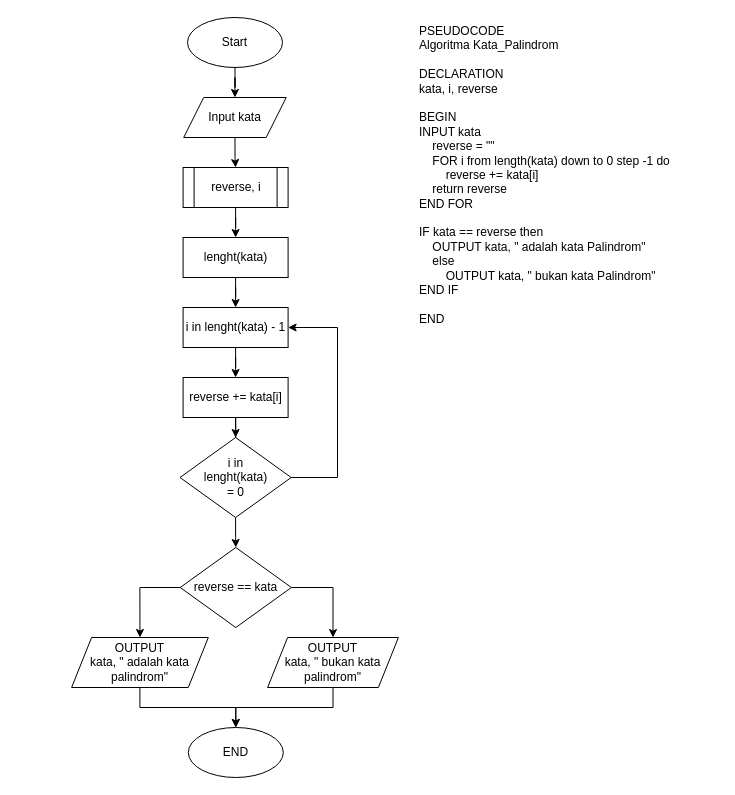
This is page "Kata Palindrom" (1 of 2) of 6-Tasks-Computer-Science.drawio from mfdrfauzi/fwg17-computer-science, a draw.io file, before an edit. Source tidied: cells renumbered, new cells numbered last; positions are measured from the earlier drawing's top-left corner, leaving out a move shared by most shapes. Both pictures are drawn from the tidied source at 100%, with x=0, y=0 at pixel (71, 17).
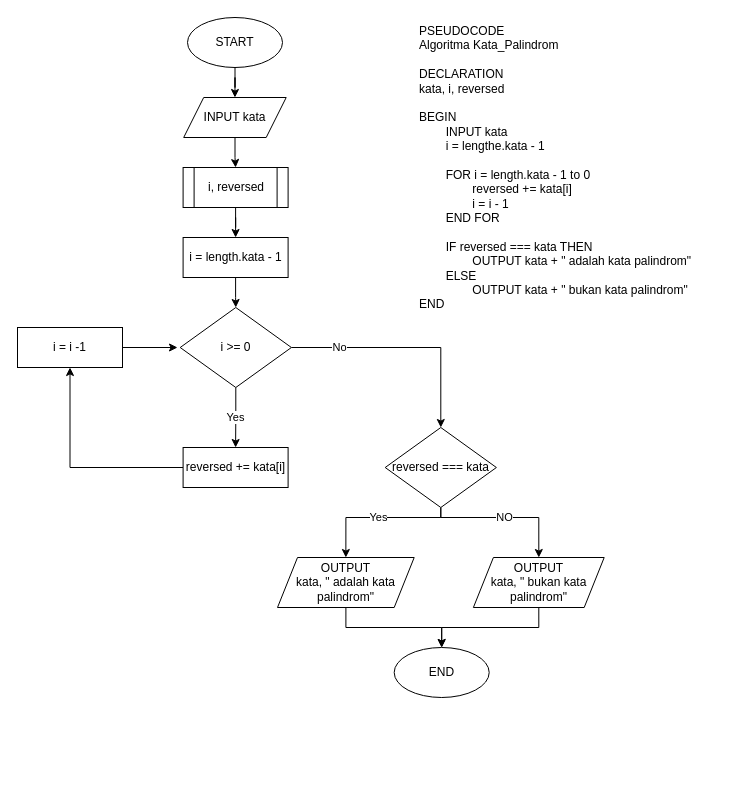
Above is the later version.

Unchanged cells that the change refers to:
```xml
<mxCell id="11" style="edgeStyle=orthogonalEdgeStyle;rounded=0;jettySize=auto;html=1;entryX=0.5;entryY=0;entryDx=0;entryDy=0;" parent="1" edge="1" source="13" target="23">
  <mxGeometry relative="1" as="geometry" />
</mxCell>
```

What changed in the source:
```diff
@@
-    <mxCell id="2" value="PSEUDOCODE&lt;br&gt;&lt;div&gt;Algoritma Kata_Palindrom&lt;/div&gt;&lt;div&gt;&lt;br&gt;&lt;/div&gt;&lt;div&gt;DECLARATION&lt;/div&gt;&lt;div&gt;kata, i, reverse&lt;/div&gt;&lt;div&gt;&lt;br&gt;&lt;/div&gt;&lt;div&gt;BEGIN&lt;/div&gt;&lt;div&gt;INPUT kata&lt;span style=&quot;&quot;&gt;&lt;/span&gt;&lt;/div&gt;&lt;div&gt;&lt;span style=&quot;&quot;&gt;&lt;span style=&quot;&quot;&gt;&lt;span style=&quot;white-space: pre;&quot;&gt;&amp;nbsp;&amp;nbsp;&amp;nbsp;&amp;nbsp;&lt;/span&gt;&lt;/span&gt;reverse = &quot;&quot;&lt;/span&gt;&lt;/div&gt;&lt;div&gt;&lt;span style=&quot;&quot;&gt;&lt;span style=&quot;&quot;&gt;&lt;span style=&quot;white-space: pre;&quot;&gt;&amp;nbsp;&amp;nbsp;&amp;nbsp;&amp;nbsp;FOR&lt;/span&gt;&lt;/span&gt;&amp;nbsp;i from length(kata) down to 0 step -1 do&lt;/span&gt;&lt;/div&gt;&lt;div&gt;&lt;span style=&quot;&quot;&gt;&lt;span style=&quot;&quot;&gt;&lt;span style=&quot;white-space: pre;&quot;&gt;&amp;nbsp;&amp;nbsp;&amp;nbsp;&amp;nbsp;&lt;/span&gt;&lt;span style=&quot;white-space: pre;&quot;&gt;&amp;nbsp;&amp;nbsp;&amp;nbsp;&amp;nbsp;&lt;/span&gt;&lt;/span&gt;reverse += kata[i]&lt;/span&gt;&lt;/div&gt;&lt;div&gt;&lt;span style=&quot;&quot;&gt;&lt;span style=&quot;&quot;&gt;&lt;span style=&quot;white-space: pre;&quot;&gt;&amp;nbsp;&amp;nbsp;&amp;nbsp;&amp;nbsp;&lt;/span&gt;&lt;/span&gt;return reverse&lt;/span&gt;&lt;/div&gt;&lt;div&gt;&lt;span style=&quot;&quot;&gt;END FOR&lt;/span&gt;&lt;/div&gt;&lt;div&gt;&lt;br&gt;&lt;/div&gt;&lt;div&gt;IF kata == reverse then&lt;/div&gt;&lt;div&gt;&lt;span style=&quot;&quot;&gt;&lt;span style=&quot;&quot;&gt;&lt;span style=&quot;white-space: pre;&quot;&gt;&amp;nbsp;&amp;nbsp;&amp;nbsp;&amp;nbsp;&lt;/span&gt;&lt;/span&gt;OUTPUT kata, &quot; adalah kata Palindrom&quot;&lt;/span&gt;&lt;/div&gt;&lt;div&gt;&lt;span style=&quot;&quot;&gt;&lt;span style=&quot;&quot;&gt;&lt;span style=&quot;white-space: pre;&quot;&gt;&amp;nbsp;&amp;nbsp;&amp;nbsp;&amp;nbsp;&lt;/span&gt;&lt;/span&gt;else&lt;/span&gt;&lt;/div&gt;&lt;div&gt;&lt;span style=&quot;&quot;&gt;&lt;span style=&quot;&quot;&gt;&lt;span style=&quot;white-space: pre;&quot;&gt;&amp;nbsp;&amp;nbsp;&amp;nbsp;&amp;nbsp;&lt;/span&gt;&lt;span style=&quot;white-space: pre;&quot;&gt;&amp;nbsp;&amp;nbsp;&amp;nbsp;&amp;nbsp;&lt;/span&gt;&lt;/span&gt;OUTPUT kata, &quot; bukan kata Palindrom&quot;&lt;/span&gt;&lt;/div&gt;&lt;div&gt;END IF&lt;/div&gt;&lt;div&gt;&lt;br&gt;&lt;/div&gt;&lt;div&gt;END&lt;span style=&quot;&quot;&gt;&lt;span style=&quot;white-space: pre;&quot;&gt;&amp;nbsp;&amp;nbsp;&amp;nbsp;&amp;nbsp;&lt;/span&gt;&lt;/span&gt;&lt;/div&gt;" style="text;html=1;align=left;verticalAlign=top;strokeColor=none;fillColor=none;" parent="1" vertex="1">
-      <mxGeometry x="346" width="270" height="320" as="geometry" />
+    <mxCell id="2" value="PSEUDOCODE&lt;br&gt;&lt;div&gt;Algoritma Kata_Palindrom&lt;/div&gt;&lt;div&gt;&lt;br&gt;&lt;/div&gt;&lt;div&gt;DECLARATION&lt;/div&gt;&lt;div&gt;kata, i, reversed&lt;/div&gt;&lt;div&gt;&lt;br&gt;&lt;/div&gt;&lt;div&gt;BEGIN&lt;/div&gt;&lt;div&gt;&lt;span style=&quot;white-space: pre;&quot;&gt;&#9;&lt;/span&gt;INPUT kata&lt;/div&gt;&lt;div&gt;&lt;span style=&quot;white-space: pre;&quot;&gt;&#9;&lt;/span&gt;i = lengthe.kata - 1&lt;br&gt;&lt;/div&gt;&lt;div&gt;&lt;span style=&quot;white-space: pre;&quot;&gt;&#9;&lt;/span&gt;&lt;/div&gt;&lt;div&gt;&lt;span style=&quot;white-space: pre;&quot;&gt;&#9;&lt;/span&gt;FOR i = length.kata - 1 to 0&lt;/div&gt;&lt;div&gt;&lt;span style=&quot;white-space: pre;&quot;&gt;&#9;&lt;span style=&quot;white-space: pre;&quot;&gt;&#9;&lt;/span&gt;r&lt;/span&gt;eversed += kata[i]&lt;br&gt;&lt;/div&gt;&lt;div&gt;&lt;span style=&quot;white-space: pre;&quot;&gt;&#9;&lt;/span&gt;&lt;span style=&quot;white-space: pre;&quot;&gt;&#9;&lt;/span&gt;i = i - 1&lt;br&gt;&lt;/div&gt;&lt;div&gt;&lt;span style=&quot;white-space: pre;&quot;&gt;&#9;&lt;/span&gt;END FOR&lt;br&gt;&lt;/div&gt;&lt;div&gt;&lt;br&gt;&lt;/div&gt;&lt;div&gt;&lt;span style=&quot;white-space: pre;&quot;&gt;&#9;&lt;/span&gt;IF reversed === kata THEN&lt;br&gt;&lt;/div&gt;&lt;div&gt;&lt;span style=&quot;white-space: pre;&quot;&gt;&#9;&lt;/span&gt;&lt;span style=&quot;white-space: pre;&quot;&gt;&#9;&lt;/span&gt;OUTPUT kata + &quot; adalah kata palindrom&quot;&lt;br&gt;&lt;/div&gt;&lt;div&gt;&lt;span style=&quot;white-space: pre;&quot;&gt;&#9;&lt;/span&gt;ELSE&lt;br&gt;&lt;/div&gt;&lt;div&gt;&lt;span style=&quot;white-space: pre;&quot;&gt;&#9;&lt;/span&gt;&lt;span style=&quot;white-space: pre;&quot;&gt;&#9;&lt;/span&gt;OUTPUT kata + &quot; bukan kata palindrom&quot;&lt;br&gt;&lt;/div&gt;&lt;div&gt;END&lt;/div&gt;&lt;div&gt;&lt;br&gt;&lt;/div&gt;" style="text;html=1;align=left;verticalAlign=top;strokeColor=none;fillColor=none;" parent="1" vertex="1">
+      <mxGeometry x="346" width="300" height="320" as="geometry" />
     </mxCell>
@@
-    <mxCell id="4" value="Start" style="ellipse;whiteSpace=wrap;html=1;" parent="1" vertex="1">
+    <mxCell id="4" value="START" style="ellipse;whiteSpace=wrap;html=1;" parent="1" vertex="1">
       <mxGeometry x="116" width="95" height="50" as="geometry" />
     </mxCell>
@@
-    <mxCell id="6" value="Input kata" style="shape=parallelogram;perimeter=parallelogramPerimeter;whiteSpace=wrap;html=1;fixedSize=1;" parent="1" vertex="1">
+    <mxCell id="6" value="INPUT kata" style="shape=parallelogram;perimeter=parallelogramPerimeter;whiteSpace=wrap;html=1;fixedSize=1;" parent="1" vertex="1">
       <mxGeometry x="112.2" y="80" width="102.5" height="40" as="geometry" />
     </mxCell>
@@
-    <mxCell id="8" value="reverse, i" style="shape=process;whiteSpace=wrap;html=1;backgroundOutline=1;" parent="1" vertex="1">
+    <mxCell id="8" value="i, reversed" style="shape=process;whiteSpace=wrap;html=1;backgroundOutline=1;" parent="1" vertex="1">
       <mxGeometry x="111.6" y="150" width="105" height="40" as="geometry" />
     </mxCell>
-    <mxCell id="9" style="edgeStyle=orthogonalEdgeStyle;rounded=0;jettySize=auto;html=1;entryX=0.5;entryY=0;entryDx=0;entryDy=0;" parent="1" edge="1" source="10" target="20">
-      <mxGeometry relative="1" as="geometry" />
-    </mxCell>
+    <mxCell id="26" style="edgeStyle=orthogonalEdgeStyle;rounded=0;jettySize=auto;html=1;entryX=0.5;entryY=0;entryDx=0;entryDy=0;" parent="1" edge="1" source="10" target="13">
+      <mxGeometry relative="1" as="geometry" />
+    </mxCell>
-    <mxCell id="10" value="lenght(kata)" style="rounded=0;whiteSpace=wrap;html=1;" parent="1" vertex="1">
+    <mxCell id="10" value="i = length.kata - 1" style="rounded=0;whiteSpace=wrap;html=1;" parent="1" vertex="1">
       <mxGeometry x="111.6" y="220" width="105" height="40" as="geometry" />
     </mxCell>
+    <mxCell id="27" value="Yes" style="edgeStyle=orthogonalEdgeStyle;rounded=0;jettySize=auto;html=1;entryX=0.5;entryY=0;entryDx=0;entryDy=0;" parent="1" edge="1" source="13" target="15">
+      <mxGeometry relative="1" as="geometry" />
+    </mxCell>
@@
-    <mxCell id="12" style="edgeStyle=orthogonalEdgeStyle;rounded=0;jettySize=auto;html=1;entryX=1;entryY=0.5;entryDx=0;entryDy=0;" parent="1" edge="1" source="13" target="20">
-      <mxGeometry relative="1" as="geometry">
-        <Array as="points">
-          <mxPoint x="266" y="460" />
-          <mxPoint x="266" y="310" />
-        </Array>
-      </mxGeometry>
-    </mxCell>
+    <mxCell id="28" value="No" style="edgeLabel;html=1;align=center;verticalAlign=middle;" parent="11" vertex="1">
+      <mxGeometry x="-0.58" y="1" relative="1" as="geometry" />
+    </mxCell>
-    <mxCell id="13" value="i in&lt;br&gt;lenght(kata)&lt;br&gt;= 0" style="rhombus;whiteSpace=wrap;html=1;" parent="1" vertex="1">
-      <mxGeometry x="108.5" y="420" width="111.2" height="80" as="geometry" />
+    <mxCell id="13" value="i &amp;gt;= 0" style="rhombus;whiteSpace=wrap;html=1;" parent="1" vertex="1">
+      <mxGeometry x="108.7" y="290" width="111.2" height="80" as="geometry" />
     </mxCell>
-    <mxCell id="14" style="edgeStyle=orthogonalEdgeStyle;rounded=0;jettySize=auto;html=1;entryX=0.5;entryY=0;entryDx=0;entryDy=0;" parent="1" edge="1" source="15" target="13">
-      <mxGeometry relative="1" as="geometry" />
-    </mxCell>
+    <mxCell id="29" style="edgeStyle=orthogonalEdgeStyle;rounded=0;jettySize=auto;html=1;entryX=0.5;entryY=1;entryDx=0;entryDy=0;" parent="1" edge="1" source="15" target="31">
+      <mxGeometry relative="1" as="geometry" />
+    </mxCell>
-    <mxCell id="15" value="reverse += kata[i]" style="rounded=0;whiteSpace=wrap;html=1;" parent="1" vertex="1">
-      <mxGeometry x="111.6" y="360" width="105" height="40" as="geometry" />
+    <mxCell id="15" value="reversed += kata[i]" style="rounded=0;whiteSpace=wrap;html=1;" parent="1" vertex="1">
+      <mxGeometry x="111.6" y="430" width="105" height="40" as="geometry" />
     </mxCell>
@@
     <mxCell id="17" value="OUTPUT&lt;br&gt;kata, &quot; adalah kata palindrom&quot;" style="shape=parallelogram;perimeter=parallelogramPerimeter;whiteSpace=wrap;html=1;fixedSize=1;" parent="1" vertex="1">
-      <mxGeometry x="0.1" y="620" width="136.7" height="50" as="geometry" />
+      <mxGeometry x="206" y="540" width="136.7" height="50" as="geometry" />
     </mxCell>
     <mxCell id="18" value="END" style="ellipse;whiteSpace=wrap;html=1;" parent="1" vertex="1">
-      <mxGeometry x="116.8" y="710" width="95" height="50" as="geometry" />
+      <mxGeometry x="322.7" y="630" width="95" height="50" as="geometry" />
     </mxCell>
-    <mxCell id="19" style="edgeStyle=orthogonalEdgeStyle;rounded=0;jettySize=auto;html=1;entryX=0.5;entryY=0;entryDx=0;entryDy=0;" parent="1" edge="1" source="20" target="15">
-      <mxGeometry relative="1" as="geometry" />
-    </mxCell>
-    <mxCell id="20" value="i in lenght(kata) - 1" style="rounded=0;whiteSpace=wrap;html=1;" parent="1" vertex="1">
-      <mxGeometry x="111.6" y="290" width="105" height="40" as="geometry" />
-    </mxCell>
-    <mxCell id="21" style="edgeStyle=orthogonalEdgeStyle;rounded=0;jettySize=auto;html=1;entryX=0.5;entryY=0;entryDx=0;entryDy=0;" parent="1" edge="1" source="23" target="17">
+    <mxCell id="21" value="Yes" style="edgeStyle=orthogonalEdgeStyle;rounded=0;jettySize=auto;html=1;entryX=0.5;entryY=0;entryDx=0;entryDy=0;" parent="1" edge="1" source="23" target="17">
       <mxGeometry relative="1" as="geometry">
         <Array as="points">
-          <mxPoint x="68.8" y="570" />
+          <mxPoint x="369" y="500" />
+          <mxPoint x="274" y="500" />
         </Array>
       </mxGeometry>
     </mxCell>
-    <mxCell id="22" style="edgeStyle=orthogonalEdgeStyle;rounded=0;jettySize=auto;html=1;entryX=0.5;entryY=0;entryDx=0;entryDy=0;" parent="1" edge="1" source="23" target="25">
+    <mxCell id="22" value="NO" style="edgeStyle=orthogonalEdgeStyle;rounded=0;jettySize=auto;html=1;entryX=0.5;entryY=0;entryDx=0;entryDy=0;" parent="1" edge="1" source="23" target="25">
       <mxGeometry relative="1" as="geometry">
         <Array as="points">
-          <mxPoint x="261.9" y="570" />
+          <mxPoint x="369" y="500" />
+          <mxPoint x="467" y="500" />
         </Array>
       </mxGeometry>
     </mxCell>
-    <mxCell id="23" value="reverse == kata" style="rhombus;whiteSpace=wrap;html=1;" parent="1" vertex="1">
-      <mxGeometry x="108.7" y="530" width="111.2" height="80" as="geometry" />
+    <mxCell id="23" value="reversed === kata" style="rhombus;whiteSpace=wrap;html=1;" parent="1" vertex="1">
+      <mxGeometry x="313.7" y="410" width="111.2" height="80" as="geometry" />
     </mxCell>
@@
     <mxCell id="25" value="OUTPUT&lt;br style=&quot;border-color: var(--border-color);&quot;&gt;kata, &quot; bukan kata palindrom&quot;" style="shape=parallelogram;perimeter=parallelogramPerimeter;whiteSpace=wrap;html=1;fixedSize=1;" parent="1" vertex="1">
-      <mxGeometry x="196.1" y="620" width="130.8" height="50" as="geometry" />
+      <mxGeometry x="401.9" y="540" width="130.8" height="50" as="geometry" />
     </mxCell>
+    <mxCell id="30" style="edgeStyle=orthogonalEdgeStyle;rounded=0;jettySize=auto;html=1;" parent="1" edge="1" source="31">
+      <mxGeometry relative="1" as="geometry">
+        <mxPoint x="106" y="330" as="targetPoint" />
+      </mxGeometry>
+    </mxCell>
+    <mxCell id="31" value="i = i -1" style="rounded=0;whiteSpace=wrap;html=1;" parent="1" vertex="1">
+      <mxGeometry x="-54" y="310" width="105" height="40" as="geometry" />
+    </mxCell>
```
